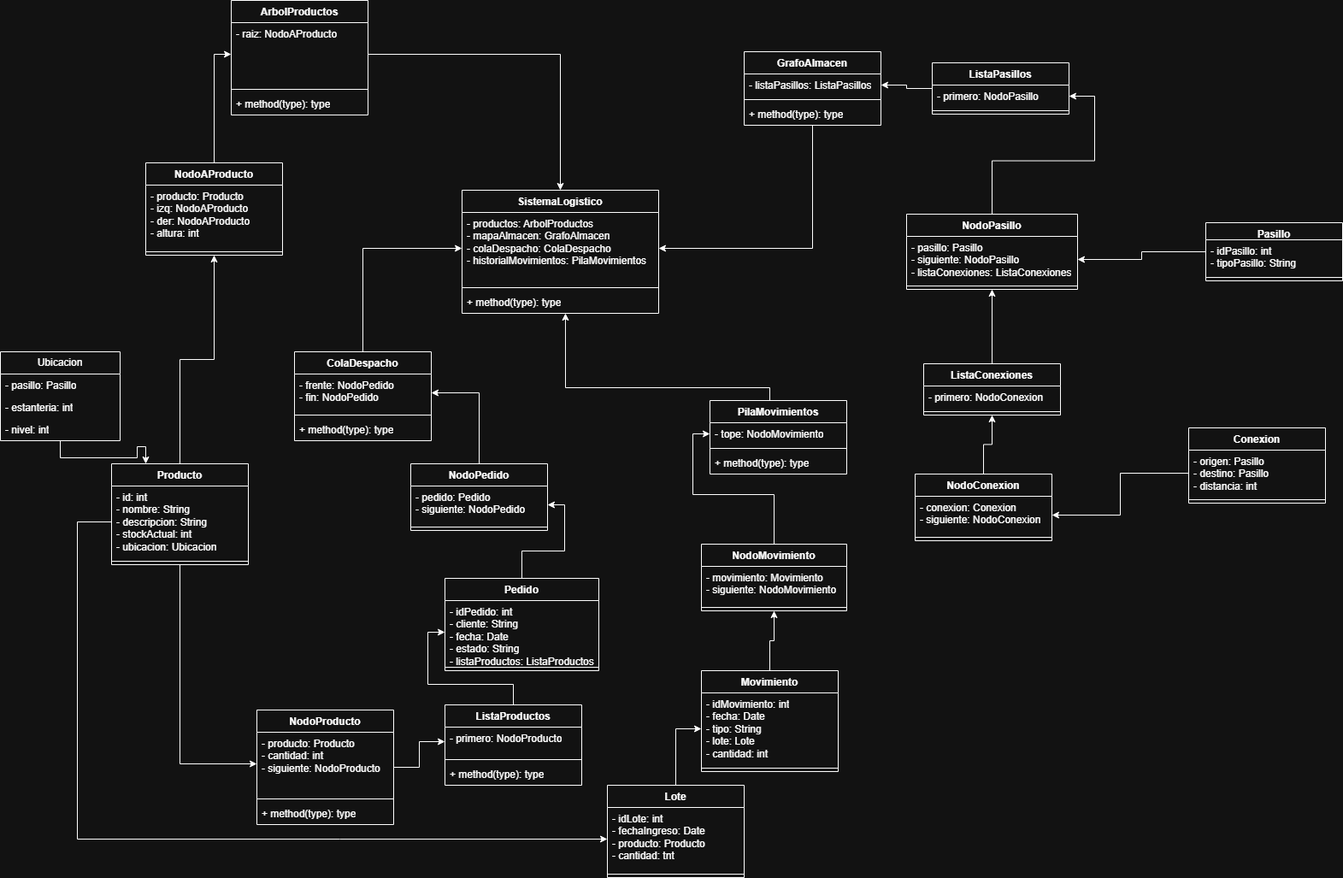
BoolianPerez/TpProgra2 keeps this draw.io diagram as Diagrama de clases.png. Above is the earlier version. Source tidied: cells renumbered, new cells last; positions are measured from the earlier drawing's top-left corner, leaving out a move shared by most shapes.
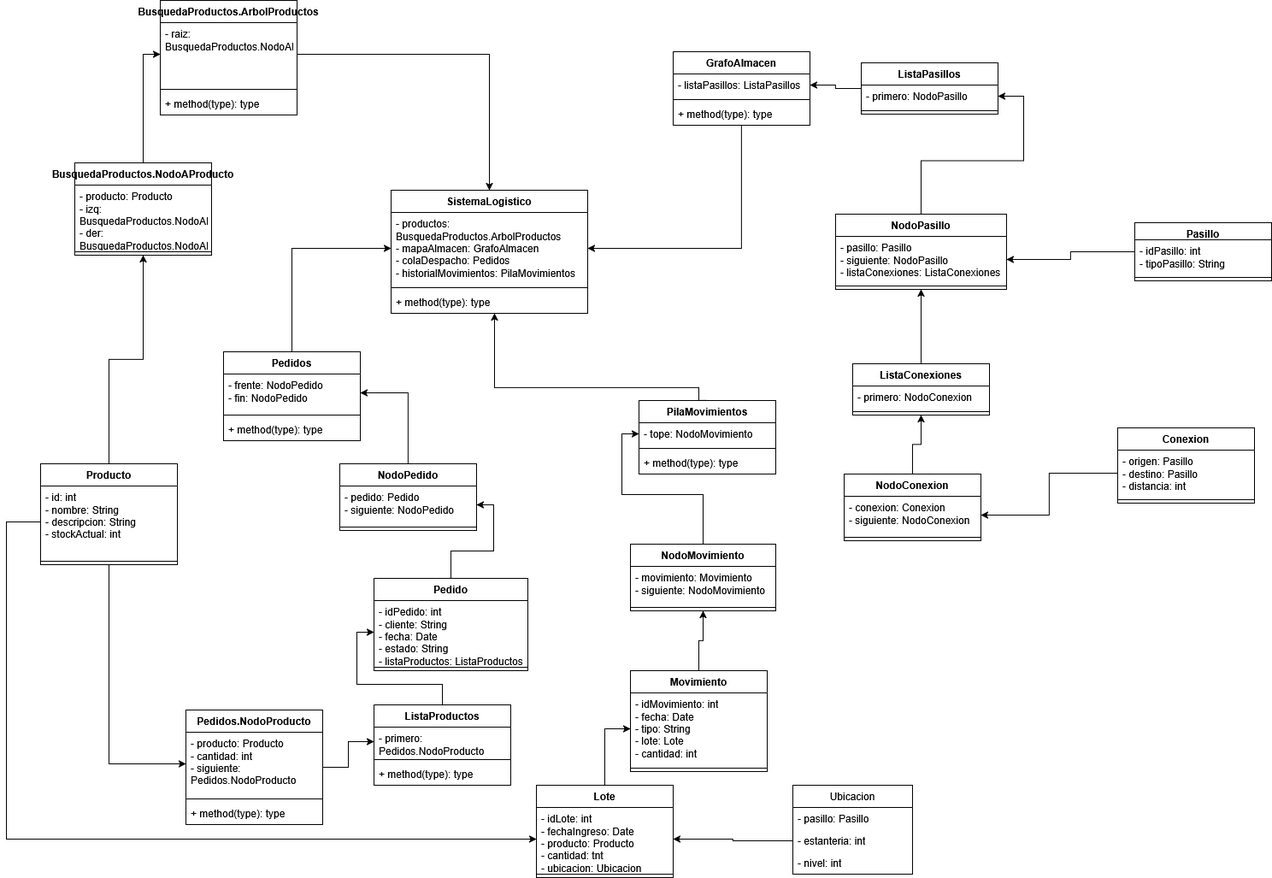
The same file after the commit.

Commit message:
Corregido diagrama de clases

Change to the diagram source:
```diff
@@ -2,10 +2,10 @@
   <root>
     <mxCell id="0" />
     <mxCell id="1" parent="0" />
-    <mxCell id="2" value="ArbolProductos" style="swimlane;fontStyle=1;align=center;verticalAlign=top;horizontal=1;startSize=26;whiteSpace=wrap;html=1;" parent="1" vertex="1">
+    <mxCell id="2" value="BusquedaProductos.ArbolProductos" style="swimlane;fontStyle=1;align=center;verticalAlign=top;horizontal=1;startSize=26;whiteSpace=wrap;html=1;" parent="1" vertex="1">
       <mxGeometry x="270" width="160" height="134" as="geometry" />
     </mxCell>
-    <mxCell id="3" value="- raiz: NodoAProducto" style="text;strokeColor=none;fillColor=none;align=left;verticalAlign=top;spacingLeft=4;spacingRight=4;overflow=hidden;points=[[0,0.5],[1,0.5]];portConstraint=eastwest;whiteSpace=wrap;html=1;" parent="2" vertex="1">
+    <mxCell id="3" value="- raiz: BusquedaProductos.NodoAProducto" style="text;strokeColor=none;fillColor=none;align=left;verticalAlign=top;spacingLeft=4;spacingRight=4;overflow=hidden;points=[[0,0.5],[1,0.5]];portConstraint=eastwest;whiteSpace=wrap;html=1;" parent="2" vertex="1">
       <mxGeometry y="26" width="160" height="74" as="geometry" />
     </mxCell>
     <mxCell id="4" style="line;strokeWidth=1;fillColor=none;align=left;verticalAlign=middle;spacingTop=-1;spacingLeft=3;spacingRight=3;labelPosition=right;strokeColor=inherit;" parent="2" vertex="1">
@@ -23,7 +23,7 @@
     <mxCell id="8" value="Producto" style="swimlane;fontStyle=1;align=center;verticalAlign=top;horizontal=1;startSize=26;whiteSpace=wrap;html=1;" parent="1" vertex="1">
       <mxGeometry x="130" y="542" width="160" height="118" as="geometry" />
     </mxCell>
-    <mxCell id="9" value="- id: int&lt;div&gt;- nombre: String&lt;/div&gt;&lt;div&gt;- descripcion: String&lt;/div&gt;&lt;div&gt;- stockActual: int&lt;/div&gt;&lt;div&gt;- ubicacion: Ubicacion&lt;/div&gt;" style="text;strokeColor=none;fillColor=none;align=left;verticalAlign=top;spacingLeft=4;spacingRight=4;overflow=hidden;points=[[0,0.5],[1,0.5]];portConstraint=eastwest;whiteSpace=wrap;html=1;" parent="8" vertex="1">
+    <mxCell id="9" value="- id: int&lt;div&gt;- nombre: String&lt;/div&gt;&lt;div&gt;- descripcion: String&lt;/div&gt;&lt;div&gt;- stockActual: int&lt;/div&gt;" style="text;strokeColor=none;fillColor=none;align=left;verticalAlign=top;spacingLeft=4;spacingRight=4;overflow=hidden;points=[[0,0.5],[1,0.5]];portConstraint=eastwest;whiteSpace=wrap;html=1;" parent="8" vertex="1">
       <mxGeometry y="26" width="160" height="84" as="geometry" />
     </mxCell>
     <mxCell id="10" style="line;strokeWidth=1;fillColor=none;align=left;verticalAlign=middle;spacingTop=-1;spacingLeft=3;spacingRight=3;labelPosition=right;strokeColor=inherit;" parent="8" vertex="1">
@@ -47,7 +47,7 @@
     <mxCell id="16" value="Lote" style="swimlane;fontStyle=1;align=center;verticalAlign=top;horizontal=1;startSize=26;whiteSpace=wrap;html=1;" parent="1" vertex="1">
       <mxGeometry x="710" y="918" width="160" height="108" as="geometry" />
     </mxCell>
-    <mxCell id="17" value="- idLote: int&lt;div&gt;- fechaIngreso: Date&lt;/div&gt;&lt;div&gt;- producto: Producto&lt;/div&gt;&lt;div&gt;- cantidad: tnt&lt;/div&gt;" style="text;strokeColor=none;fillColor=none;align=left;verticalAlign=top;spacingLeft=4;spacingRight=4;overflow=hidden;points=[[0,0.5],[1,0.5]];portConstraint=eastwest;whiteSpace=wrap;html=1;" parent="16" vertex="1">
+    <mxCell id="17" value="- idLote: int&lt;div&gt;- fechaIngreso: Date&lt;/div&gt;&lt;div&gt;- producto: Producto&lt;/div&gt;&lt;div&gt;- cantidad: tnt&lt;/div&gt;&lt;div&gt;- ubicacion: Ubicacion&lt;/div&gt;" style="text;strokeColor=none;fillColor=none;align=left;verticalAlign=top;spacingLeft=4;spacingRight=4;overflow=hidden;points=[[0,0.5],[1,0.5]];portConstraint=eastwest;whiteSpace=wrap;html=1;" parent="16" vertex="1">
       <mxGeometry y="26" width="160" height="74" as="geometry" />
     </mxCell>
     <mxCell id="18" style="line;strokeWidth=1;fillColor=none;align=left;verticalAlign=middle;spacingTop=-1;spacingLeft=3;spacingRight=3;labelPosition=right;strokeColor=inherit;" parent="16" vertex="1">
@@ -86,11 +86,8 @@
     <mxCell id="29" style="line;strokeWidth=1;fillColor=none;align=left;verticalAlign=middle;spacingTop=-1;spacingLeft=3;spacingRight=3;labelPosition=right;strokeColor=inherit;" parent="27" vertex="1">
       <mxGeometry y="80" width="160" height="8" as="geometry" />
     </mxCell>
-    <mxCell id="30" style="edgeStyle=orthogonalEdgeStyle;rounded=0;jettySize=auto;html=1;entryX=0.25;entryY=0;entryDx=0;entryDy=0;" parent="1" edge="1" source="31" target="8">
-      <mxGeometry relative="1" as="geometry" />
-    </mxCell>
     <mxCell id="31" value="Ubicacion" style="swimlane;fontStyle=0;horizontal=1;startSize=26;fillColor=none;whiteSpace=wrap;html=1;" parent="1" vertex="1">
-      <mxGeometry y="411" width="140" height="104" as="geometry" />
+      <mxGeometry x="1010" y="918" width="140" height="104" as="geometry" />
     </mxCell>
     <mxCell id="32" value="- pasillo: Pasillo" style="text;strokeColor=none;fillColor=none;align=left;verticalAlign=top;spacingLeft=4;spacingRight=4;overflow=hidden;whiteSpace=wrap;html=1;" parent="31" vertex="1">
       <mxGeometry y="26" width="140" height="26" as="geometry" />
@@ -104,10 +101,10 @@
     <mxCell id="35" style="edgeStyle=orthogonalEdgeStyle;rounded=0;jettySize=auto;html=1;entryX=0;entryY=0.5;entryDx=0;entryDy=0;" parent="1" edge="1" source="36" target="3">
       <mxGeometry relative="1" as="geometry" />
     </mxCell>
-    <mxCell id="36" value="NodoAProducto" style="swimlane;fontStyle=1;align=center;verticalAlign=top;horizontal=1;startSize=26;whiteSpace=wrap;html=1;" parent="1" vertex="1">
+    <mxCell id="36" value="BusquedaProductos.NodoAProducto" style="swimlane;fontStyle=1;align=center;verticalAlign=top;horizontal=1;startSize=26;whiteSpace=wrap;html=1;" parent="1" vertex="1">
       <mxGeometry x="170" y="190" width="160" height="108" as="geometry" />
     </mxCell>
-    <mxCell id="37" value="- producto: Producto&lt;div&gt;- izq: NodoAProducto&lt;/div&gt;&lt;div&gt;- der: NodoAProducto&lt;/div&gt;&lt;div&gt;- altura: int&lt;/div&gt;" style="text;strokeColor=none;fillColor=none;align=left;verticalAlign=top;spacingLeft=4;spacingRight=4;overflow=hidden;whiteSpace=wrap;html=1;" parent="36" vertex="1">
+    <mxCell id="37" value="- producto: Producto&lt;div&gt;- izq: BusquedaProductos.NodoAProducto&lt;/div&gt;&lt;div&gt;- der: BusquedaProductos.NodoAProducto&lt;/div&gt;&lt;div&gt;- altura: int&lt;/div&gt;" style="text;strokeColor=none;fillColor=none;align=left;verticalAlign=top;spacingLeft=4;spacingRight=4;overflow=hidden;whiteSpace=wrap;html=1;" parent="36" vertex="1">
       <mxGeometry y="26" width="160" height="74" as="geometry" />
     </mxCell>
     <mxCell id="38" style="line;strokeWidth=1;fillColor=none;align=left;verticalAlign=middle;spacingTop=-1;spacingLeft=3;spacingRight=3;labelPosition=right;strokeColor=inherit;" parent="36" vertex="1">
@@ -179,7 +176,7 @@
     <mxCell id="60" style="edgeStyle=orthogonalEdgeStyle;rounded=0;jettySize=auto;html=1;entryX=0;entryY=0.5;entryDx=0;entryDy=0;" parent="1" edge="1" source="61" target="88">
       <mxGeometry relative="1" as="geometry" />
     </mxCell>
-    <mxCell id="61" value="ColaDespacho" style="swimlane;fontStyle=1;align=center;verticalAlign=top;horizontal=1;startSize=26;whiteSpace=wrap;html=1;" parent="1" vertex="1">
+    <mxCell id="61" value="Pedidos" style="swimlane;fontStyle=1;align=center;verticalAlign=top;horizontal=1;startSize=26;whiteSpace=wrap;html=1;" parent="1" vertex="1">
       <mxGeometry x="344" y="411" width="160" height="104" as="geometry" />
     </mxCell>
     <mxCell id="62" value="- frente: NodoPedido&lt;div&gt;- fin: NodoPedido&lt;/div&gt;" style="text;strokeColor=none;fillColor=none;align=left;verticalAlign=top;spacingLeft=4;spacingRight=4;overflow=hidden;points=[[0,0.5],[1,0.5]];portConstraint=eastwest;whiteSpace=wrap;html=1;" parent="61" vertex="1">
@@ -233,7 +230,7 @@
     <mxCell id="78" value="ListaProductos" style="swimlane;fontStyle=1;align=center;verticalAlign=top;horizontal=1;startSize=26;whiteSpace=wrap;html=1;" parent="1" vertex="1">
       <mxGeometry x="520" y="824" width="160" height="94" as="geometry" />
     </mxCell>
-    <mxCell id="79" value="- primero: NodoProducto" style="text;strokeColor=none;fillColor=none;align=left;verticalAlign=top;spacingLeft=4;spacingRight=4;overflow=hidden;points=[[0,0.5],[1,0.5]];portConstraint=eastwest;whiteSpace=wrap;html=1;" parent="78" vertex="1">
+    <mxCell id="79" value="- primero: Pedidos.NodoProducto" style="text;strokeColor=none;fillColor=none;align=left;verticalAlign=top;spacingLeft=4;spacingRight=4;overflow=hidden;points=[[0,0.5],[1,0.5]];portConstraint=eastwest;whiteSpace=wrap;html=1;" parent="78" vertex="1">
       <mxGeometry y="26" width="160" height="34" as="geometry" />
     </mxCell>
     <mxCell id="80" style="line;strokeWidth=1;fillColor=none;align=left;verticalAlign=middle;spacingTop=-1;spacingLeft=3;spacingRight=3;labelPosition=right;strokeColor=inherit;" parent="78" vertex="1">
@@ -245,10 +242,10 @@
     <mxCell id="82" style="edgeStyle=orthogonalEdgeStyle;rounded=0;jettySize=auto;html=1;entryX=0;entryY=0.5;entryDx=0;entryDy=0;" parent="1" edge="1" source="83" target="79">
       <mxGeometry relative="1" as="geometry" />
     </mxCell>
-    <mxCell id="83" value="NodoProducto" style="swimlane;fontStyle=1;align=center;verticalAlign=top;horizontal=1;startSize=26;whiteSpace=wrap;html=1;" parent="1" vertex="1">
+    <mxCell id="83" value="Pedidos.NodoProducto" style="swimlane;fontStyle=1;align=center;verticalAlign=top;horizontal=1;startSize=26;whiteSpace=wrap;html=1;" parent="1" vertex="1">
       <mxGeometry x="300" y="830" width="160" height="134" as="geometry" />
     </mxCell>
-    <mxCell id="84" value="- producto: Producto&lt;div&gt;- cantidad: int&lt;/div&gt;&lt;div&gt;- siguiente: NodoProducto&lt;/div&gt;" style="text;strokeColor=none;fillColor=none;align=left;verticalAlign=top;spacingLeft=4;spacingRight=4;overflow=hidden;points=[[0,0.5],[1,0.5]];portConstraint=eastwest;whiteSpace=wrap;html=1;" parent="83" vertex="1">
+    <mxCell id="84" value="- producto: Producto&lt;div&gt;- cantidad: int&lt;/div&gt;&lt;div&gt;- siguiente: Pedidos.NodoProducto&lt;/div&gt;" style="text;strokeColor=none;fillColor=none;align=left;verticalAlign=top;spacingLeft=4;spacingRight=4;overflow=hidden;points=[[0,0.5],[1,0.5]];portConstraint=eastwest;whiteSpace=wrap;html=1;" parent="83" vertex="1">
       <mxGeometry y="26" width="160" height="74" as="geometry" />
     </mxCell>
     <mxCell id="85" style="line;strokeWidth=1;fillColor=none;align=left;verticalAlign=middle;spacingTop=-1;spacingLeft=3;spacingRight=3;labelPosition=right;strokeColor=inherit;" parent="83" vertex="1">
@@ -260,7 +257,7 @@
     <mxCell id="87" value="SistemaLogistico" style="swimlane;fontStyle=1;align=center;verticalAlign=top;horizontal=1;startSize=26;whiteSpace=wrap;html=1;" parent="1" vertex="1">
       <mxGeometry x="540" y="222" width="230" height="144" as="geometry" />
     </mxCell>
-    <mxCell id="88" value="- productos: ArbolProductos&lt;div&gt;- mapaAlmacen: GrafoAlmacen&lt;/div&gt;&lt;div&gt;- colaDespacho: ColaDespacho&lt;/div&gt;&lt;div&gt;- historialMovimientos: PilaMovimientos&lt;/div&gt;" style="text;strokeColor=none;fillColor=none;align=left;verticalAlign=top;spacingLeft=4;spacingRight=4;overflow=hidden;points=[[0,0.5],[1,0.5]];portConstraint=eastwest;whiteSpace=wrap;html=1;" parent="87" vertex="1">
+    <mxCell id="88" value="- productos: BusquedaProductos.ArbolProductos&lt;div&gt;- mapaAlmacen: GrafoAlmacen&lt;/div&gt;&lt;div&gt;- colaDespacho: Pedidos&lt;/div&gt;&lt;div&gt;- historialMovimientos: PilaMovimientos&lt;/div&gt;" style="text;strokeColor=none;fillColor=none;align=left;verticalAlign=top;spacingLeft=4;spacingRight=4;overflow=hidden;points=[[0,0.5],[1,0.5]];portConstraint=eastwest;whiteSpace=wrap;html=1;" parent="87" vertex="1">
       <mxGeometry y="26" width="230" height="84" as="geometry" />
     </mxCell>
     <mxCell id="89" style="line;strokeWidth=1;fillColor=none;align=left;verticalAlign=middle;spacingTop=-1;spacingLeft=3;spacingRight=3;labelPosition=right;strokeColor=inherit;" parent="87" vertex="1">
@@ -291,5 +288,8 @@
     <mxCell id="94" style="edgeStyle=orthogonalEdgeStyle;rounded=0;jettySize=auto;html=1;entryX=1;entryY=0.5;entryDx=0;entryDy=0;" parent="1" edge="1" source="28" target="58">
       <mxGeometry relative="1" as="geometry" />
     </mxCell>
+    <mxCell id="95" style="edgeStyle=orthogonalEdgeStyle;rounded=0;jettySize=auto;html=1;entryX=1;entryY=0.5;entryDx=0;entryDy=0;" parent="1" edge="1" source="33" target="17">
+      <mxGeometry relative="1" as="geometry" />
+    </mxCell>
   </root>
 </mxGraphModel>
```
